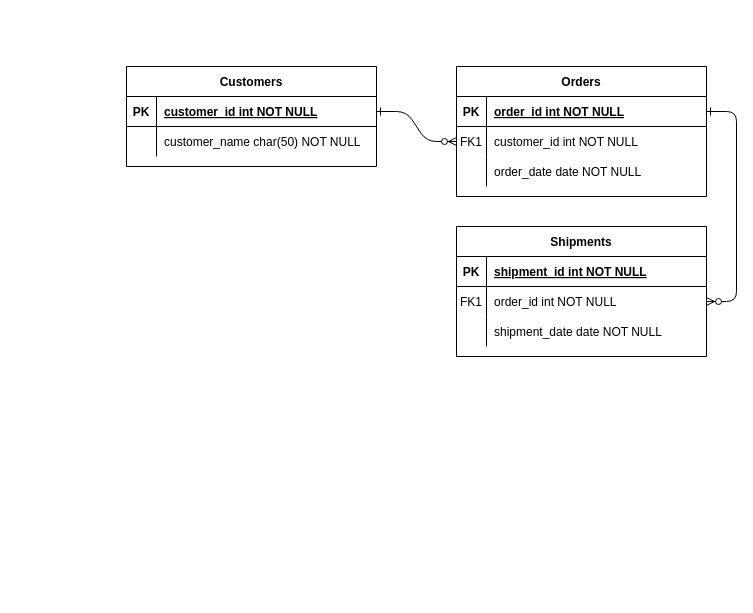
dickwu/youdian keeps this draw.io diagram as udian/Untitled Diagram.drawio. Above is the earlier version. Source tidied: cells renumbered, new cells numbered last; positions are measured from the earlier drawing's top-left corner, leaving out a move shared by most shapes. Both pictures are drawn from the tidied source at 100%, with x=0, y=0 at pixel (126, 66).
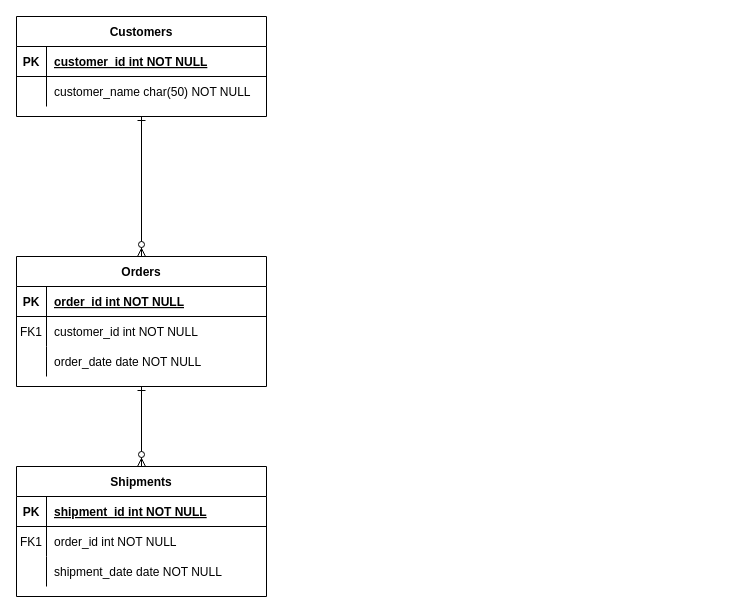
After the change.

Unchanged cells that the change refers to:
```xml
<mxCell id="5" style="shape=partialRectangle;fillColor=none;points=[[0,0.5],[1,0.5]];portConstraint=eastwest;top=0;left=0;right=0;bottom=1;" parent="4" vertex="1">
  <mxGeometry y="30" width="250" height="30" as="geometry" />
</mxCell>
<mxCell id="8" style="shape=partialRectangle;fillColor=none;points=[[0,0.5],[1,0.5]];portConstraint=eastwest;top=0;left=0;right=0;bottom=0;" parent="4" vertex="1">
  <mxGeometry y="60" width="250" height="30" as="geometry" />
</mxCell>
<mxCell id="18" style="shape=partialRectangle;fillColor=none;points=[[0,0.5],[1,0.5]];portConstraint=eastwest;top=0;left=0;right=0;bottom=0;" parent="14" vertex="1">
  <mxGeometry y="60" width="250" height="30" as="geometry" />
</mxCell>
<mxCell id="25" style="shape=partialRectangle;fillColor=none;points=[[0,0.5],[1,0.5]];portConstraint=eastwest;top=0;left=0;right=0;bottom=1;" parent="24" vertex="1">
  <mxGeometry y="30" width="250" height="30" as="geometry" />
</mxCell>
```

Change to the diagram source:
```diff
@@
-    <mxCell id="2" style="edgeStyle=entityRelationEdgeStyle;endArrow=ERzeroToMany;startArrow=ERone;endFill=1;startFill=0;" parent="1" edge="1" source="25" target="8">
+    <mxCell id="2" style="endArrow=ERzeroToMany;startArrow=ERone;endFill=1;startFill=0;entryX=0.5;entryY=0;entryDx=0;entryDy=0;exitX=0.5;exitY=1;exitDx=0;exitDy=0;" parent="1" edge="1" source="24" target="4">
       <mxGeometry relative="1" as="geometry" />
     </mxCell>
-    <mxCell id="3" style="edgeStyle=entityRelationEdgeStyle;endArrow=ERzeroToMany;startArrow=ERone;endFill=1;startFill=0;" parent="1" edge="1" source="5" target="18">
+    <mxCell id="3" style="endArrow=ERzeroToMany;startArrow=ERone;endFill=1;startFill=0;exitX=0.5;exitY=1;exitDx=0;exitDy=0;entryX=0.5;entryY=0;entryDx=0;entryDy=0;" parent="1" edge="1" source="4" target="14">
       <mxGeometry relative="1" as="geometry" />
     </mxCell>
     <mxCell id="4" value="Orders" style="shape=table;startSize=30;childLayout=tableLayout;rowLines=0;fontStyle=1;align=center;" parent="1" vertex="1">
-      <mxGeometry x="330" width="250" height="130" as="geometry" />
+      <mxGeometry x="-110" y="190" width="250" height="130" as="geometry" />
     </mxCell>
@@
     <mxCell id="14" value="Shipments" style="shape=table;startSize=30;childLayout=tableLayout;rowLines=0;fontStyle=1;align=center;" parent="1" vertex="1">
-      <mxGeometry x="330" y="160" width="250" height="130" as="geometry" />
+      <mxGeometry x="-110" y="400" width="250" height="130" as="geometry" />
     </mxCell>
@@
     <mxCell id="24" value="Customers" style="shape=table;startSize=30;childLayout=tableLayout;rowLines=0;fontStyle=1;align=center;" parent="1" vertex="1">
-      <mxGeometry width="250" height="100" as="geometry" />
+      <mxGeometry x="-110" y="-50" width="250" height="100" as="geometry" />
     </mxCell>
```
